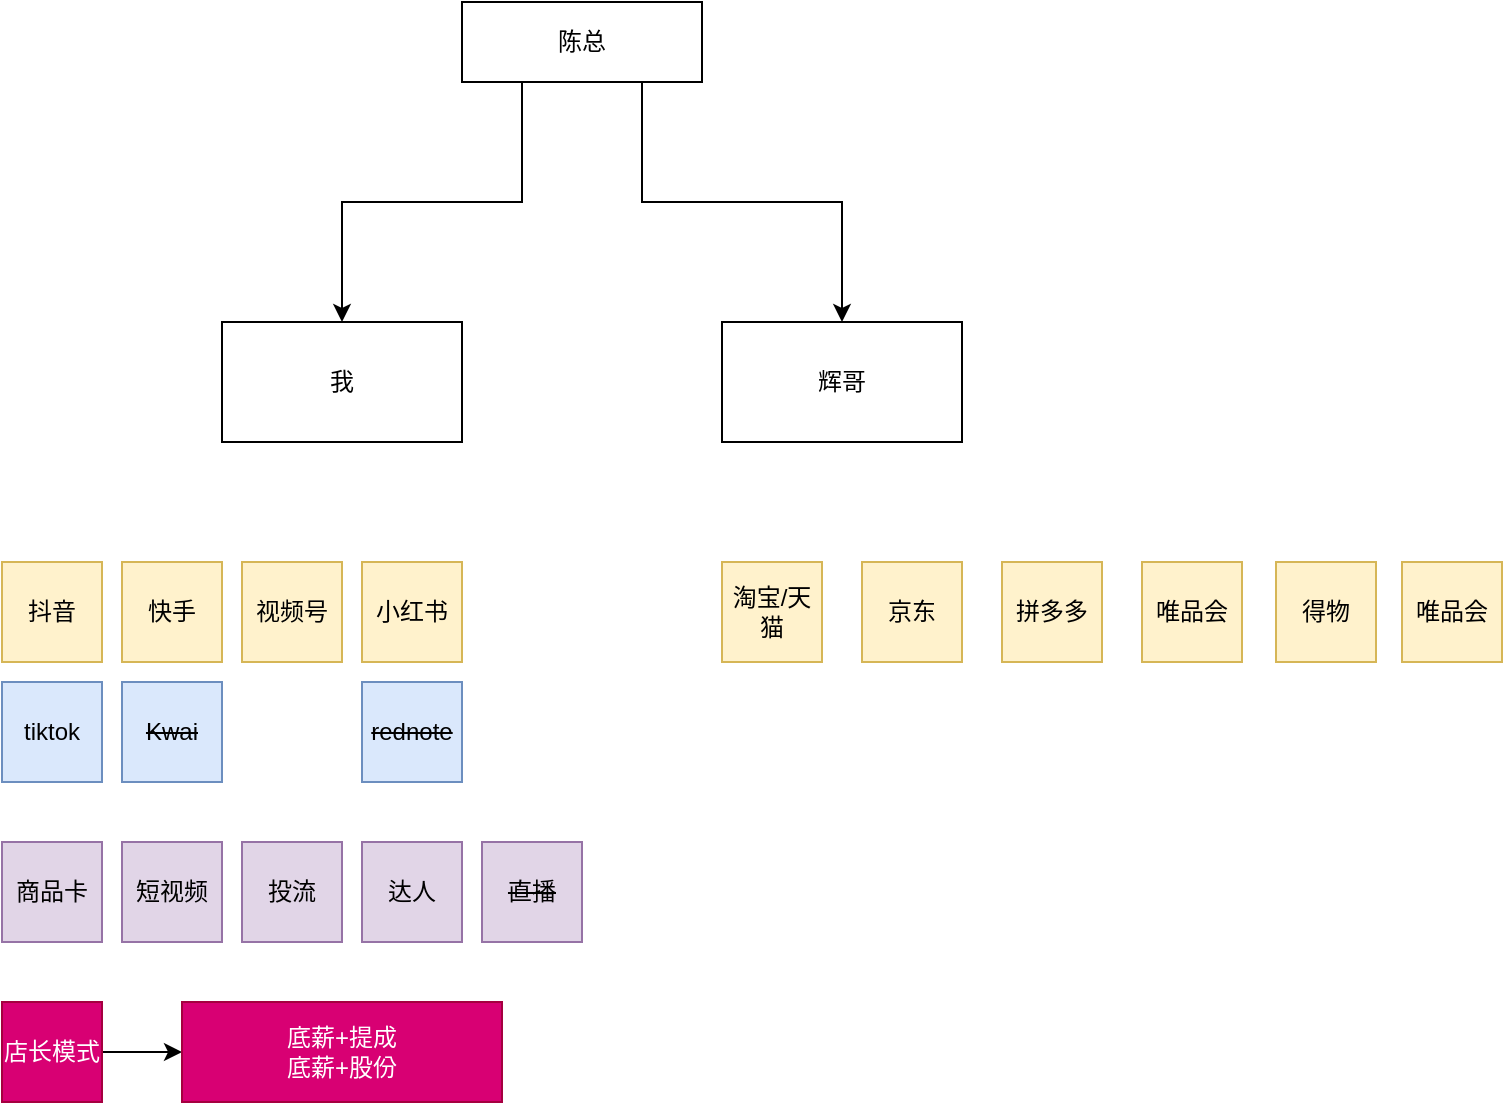
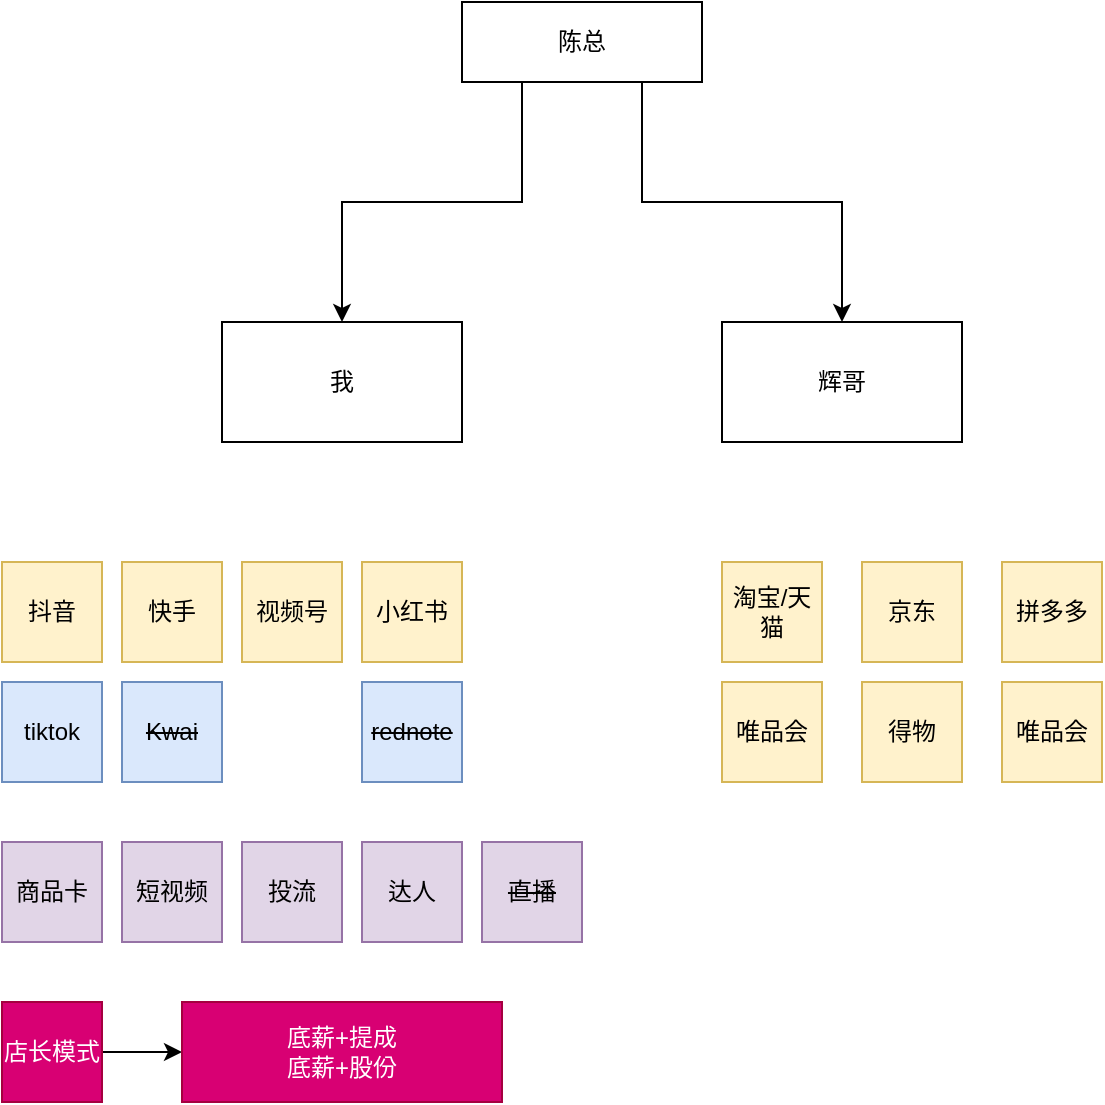
<mxfile host="app.diagrams.net">
  <diagram name="第 1 页" id="GTtvttoZAneKB4uyEYNI">
-     <mxGraphModel dx="1312" dy="869" grid="1" gridSize="10" guides="1" tooltips="1" connect="1" arrows="1" fold="1" page="1" pageScale="1" pageWidth="827" pageHeight="1169" math="0" shadow="0">
+     <mxGraphModel dx="984" dy="652" grid="1" gridSize="10" guides="1" tooltips="1" connect="1" arrows="1" fold="1" page="1" pageScale="1" pageWidth="827" pageHeight="1169" math="0" shadow="0">
      <root>
        <mxCell id="0" />
        <mxCell id="1" parent="0" />
        <mxCell id="_EOlN6vvF664AqaNGLxs-1" parent="1" style="rounded=0;whiteSpace=wrap;html=1;" value="我" vertex="1">
          <mxGeometry height="60" width="120" x="250" y="300" as="geometry" />
        </mxCell>
        <mxCell id="_EOlN6vvF664AqaNGLxs-9" edge="1" parent="1" source="_EOlN6vvF664AqaNGLxs-5" style="edgeStyle=orthogonalEdgeStyle;rounded=0;orthogonalLoop=1;jettySize=auto;html=1;exitX=0.75;exitY=1;exitDx=0;exitDy=0;entryX=0.5;entryY=0;entryDx=0;entryDy=0;" target="_EOlN6vvF664AqaNGLxs-6">
          <mxGeometry relative="1" as="geometry" />
        </mxCell>
        <mxCell id="_EOlN6vvF664AqaNGLxs-13" edge="1" parent="1" source="_EOlN6vvF664AqaNGLxs-5" style="edgeStyle=orthogonalEdgeStyle;rounded=0;orthogonalLoop=1;jettySize=auto;html=1;exitX=0.25;exitY=1;exitDx=0;exitDy=0;entryX=0.5;entryY=0;entryDx=0;entryDy=0;" target="_EOlN6vvF664AqaNGLxs-1">
          <mxGeometry relative="1" as="geometry" />
        </mxCell>
        <mxCell id="_EOlN6vvF664AqaNGLxs-5" parent="1" style="whiteSpace=wrap;html=1;" value="陈总" vertex="1">
          <mxGeometry height="40" width="120" x="370" y="140" as="geometry" />
        </mxCell>
        <mxCell id="_EOlN6vvF664AqaNGLxs-6" parent="1" style="whiteSpace=wrap;html=1;" value="辉哥" vertex="1">
          <mxGeometry height="60" width="120" x="500" y="300" as="geometry" />
        </mxCell>
        <mxCell id="_EOlN6vvF664AqaNGLxs-16" parent="1" style="whiteSpace=wrap;html=1;fillColor=#dae8fc;strokeColor=#6c8ebf;" value="tiktok" vertex="1">
          <mxGeometry height="50" width="50" x="140" y="480" as="geometry" />
        </mxCell>
        <mxCell id="_EOlN6vvF664AqaNGLxs-19" parent="1" style="whiteSpace=wrap;html=1;fillColor=#fff2cc;strokeColor=#d6b656;" value="抖音" vertex="1">
          <mxGeometry height="50" width="50" x="140" y="420" as="geometry" />
        </mxCell>
        <mxCell id="_EOlN6vvF664AqaNGLxs-20" parent="1" style="whiteSpace=wrap;html=1;fillColor=#fff2cc;strokeColor=#d6b656;" value="快手" vertex="1">
          <mxGeometry height="50" width="50" x="200" y="420" as="geometry" />
        </mxCell>
        <mxCell id="_EOlN6vvF664AqaNGLxs-21" parent="1" style="whiteSpace=wrap;html=1;fillColor=#fff2cc;strokeColor=#d6b656;" value="视频号" vertex="1">
          <mxGeometry height="50" width="50" x="260" y="420" as="geometry" />
        </mxCell>
        <mxCell id="_EOlN6vvF664AqaNGLxs-24" parent="1" style="whiteSpace=wrap;html=1;fillColor=#fff2cc;strokeColor=#d6b656;" value="小红书" vertex="1">
          <mxGeometry height="50" width="50" x="320" y="420" as="geometry" />
        </mxCell>
        <mxCell id="_EOlN6vvF664AqaNGLxs-26" parent="1" style="whiteSpace=wrap;html=1;fillColor=#dae8fc;strokeColor=#6c8ebf;" value="&lt;strike&gt;Kwai&lt;/strike&gt;" vertex="1">
          <mxGeometry height="50" width="50" x="200" y="480" as="geometry" />
        </mxCell>
        <mxCell id="_EOlN6vvF664AqaNGLxs-27" parent="1" style="whiteSpace=wrap;html=1;fillColor=#dae8fc;strokeColor=#6c8ebf;" value="&lt;strike&gt;rednote&lt;/strike&gt;" vertex="1">
          <mxGeometry height="50" width="50" x="320" y="480" as="geometry" />
        </mxCell>
        <mxCell id="_EOlN6vvF664AqaNGLxs-28" parent="1" style="whiteSpace=wrap;html=1;fillColor=#fff2cc;strokeColor=#d6b656;" value="淘宝/天猫" vertex="1">
          <mxGeometry height="50" width="50" x="500" y="420" as="geometry" />
        </mxCell>
        <mxCell id="_EOlN6vvF664AqaNGLxs-29" parent="1" style="whiteSpace=wrap;html=1;fillColor=#fff2cc;strokeColor=#d6b656;" value="京东" vertex="1">
          <mxGeometry height="50" width="50" x="570" y="420" as="geometry" />
        </mxCell>
        <mxCell id="_EOlN6vvF664AqaNGLxs-30" parent="1" style="whiteSpace=wrap;html=1;fillColor=#fff2cc;strokeColor=#d6b656;" value="拼多多" vertex="1">
          <mxGeometry height="50" width="50" x="640" y="420" as="geometry" />
        </mxCell>
        <mxCell id="_EOlN6vvF664AqaNGLxs-31" parent="1" style="whiteSpace=wrap;html=1;fillColor=#fff2cc;strokeColor=#d6b656;" value="得物" vertex="1">
-           <mxGeometry height="50" width="50" x="777" y="420" as="geometry" />
+           <mxGeometry height="50" width="50" x="570" y="480" as="geometry" />
        </mxCell>
        <mxCell id="_EOlN6vvF664AqaNGLxs-32" parent="1" style="whiteSpace=wrap;html=1;fillColor=#fff2cc;strokeColor=#d6b656;" value="唯品会" vertex="1">
-           <mxGeometry height="50" width="50" x="840" y="420" as="geometry" />
+           <mxGeometry height="50" width="50" x="640" y="480" as="geometry" />
        </mxCell>
        <mxCell id="_EOlN6vvF664AqaNGLxs-33" parent="1" style="whiteSpace=wrap;html=1;fillColor=#fff2cc;strokeColor=#d6b656;" value="唯品会" vertex="1">
-           <mxGeometry height="50" width="50" x="710" y="420" as="geometry" />
+           <mxGeometry height="50" width="50" x="500" y="480" as="geometry" />
        </mxCell>
        <mxCell id="_EOlN6vvF664AqaNGLxs-34" parent="1" style="whiteSpace=wrap;html=1;fillColor=#e1d5e7;strokeColor=#9673a6;" value="商品卡" vertex="1">
          <mxGeometry height="50" width="50" x="140" y="560" as="geometry" />
        </mxCell>
        <mxCell id="_EOlN6vvF664AqaNGLxs-35" parent="1" style="whiteSpace=wrap;html=1;fillColor=#e1d5e7;strokeColor=#9673a6;" value="短视频" vertex="1">
          <mxGeometry height="50" width="50" x="200" y="560" as="geometry" />
        </mxCell>
        <mxCell id="_EOlN6vvF664AqaNGLxs-36" parent="1" style="whiteSpace=wrap;html=1;fillColor=#e1d5e7;strokeColor=#9673a6;" value="达人" vertex="1">
          <mxGeometry height="50" width="50" x="320" y="560" as="geometry" />
        </mxCell>
        <mxCell id="_EOlN6vvF664AqaNGLxs-37" parent="1" style="whiteSpace=wrap;html=1;fillColor=#e1d5e7;strokeColor=#9673a6;" value="&lt;strike&gt;直播&lt;/strike&gt;" vertex="1">
          <mxGeometry height="50" width="50" x="380" y="560" as="geometry" />
        </mxCell>
        <mxCell id="_EOlN6vvF664AqaNGLxs-38" parent="1" style="whiteSpace=wrap;html=1;fillColor=#e1d5e7;strokeColor=#9673a6;" value="投流" vertex="1">
          <mxGeometry height="50" width="50" x="260" y="560" as="geometry" />
        </mxCell>
        <mxCell id="_EOlN6vvF664AqaNGLxs-41" edge="1" parent="1" source="_EOlN6vvF664AqaNGLxs-39" style="edgeStyle=orthogonalEdgeStyle;rounded=0;orthogonalLoop=1;jettySize=auto;html=1;" target="_EOlN6vvF664AqaNGLxs-40" value="">
          <mxGeometry relative="1" as="geometry" />
        </mxCell>
        <mxCell id="_EOlN6vvF664AqaNGLxs-39" parent="1" style="whiteSpace=wrap;html=1;fillColor=#d80073;strokeColor=#A50040;fontColor=#ffffff;" value="店长模式" vertex="1">
          <mxGeometry height="50" width="50" x="140" y="640" as="geometry" />
        </mxCell>
        <mxCell id="_EOlN6vvF664AqaNGLxs-40" parent="1" style="whiteSpace=wrap;html=1;fillColor=#d80073;strokeColor=#A50040;fontColor=#ffffff;" value="底薪+提成&lt;br&gt;底薪+股份" vertex="1">
          <mxGeometry height="50" width="160" x="230" y="640" as="geometry" />
        </mxCell>
      </root>
    </mxGraphModel>
  </diagram>
</mxfile>
